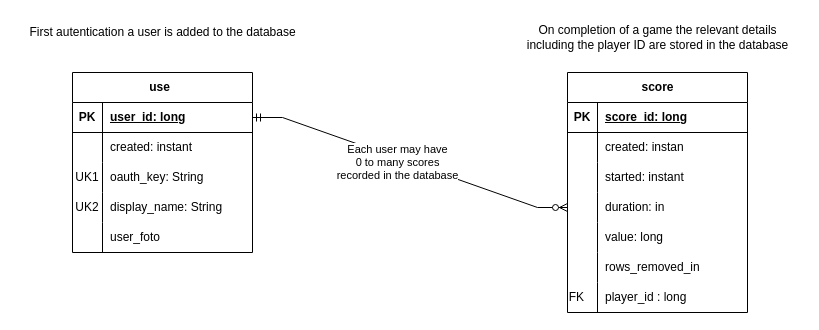
The draw.io diagram app/work/Tetris.drawio in ddc-java-16/gravity-game-Marc0E, before the edit. Source tidied: cells renumbered, new cells numbered last; positions are measured from the earlier drawing's top-left corner, leaving out a move shared by most shapes. Both pictures are drawn from the tidied source at 100%, with x=0, y=0 at pixel (17, 17).
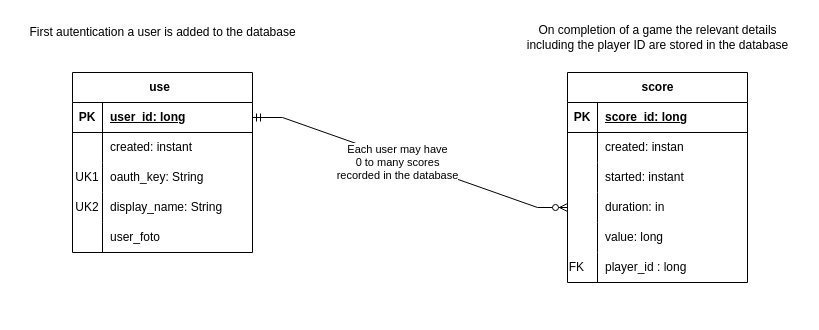
The same page after the edit.

Change to the diagram source:
```diff
@@
     <mxCell id="2" value="score" style="shape=table;startSize=30;childLayout=tableLayout;rowLines=0;fontStyle=1;align=center;html=1;" parent="1" vertex="1">
-      <mxGeometry x="550" y="55" width="180" height="240" as="geometry" />
+      <mxGeometry x="550" y="55" width="180" height="210" as="geometry" />
     </mxCell>
@@
-    <mxCell id="18" style="shape=tableRow;horizontal=0;startSize=0;swimlaneHead=0;swimlaneBody=0;fillColor=none;top=0;left=0;right=0;bottom=0;" parent="2" vertex="1">
-      <mxGeometry y="180" width="180" height="30" as="geometry" />
-    </mxCell>
-    <mxCell id="19" style="shape=partialRectangle;fillColor=none;top=0;left=0;bottom=0;right=0;overflow=hidden;whiteSpace=wrap;html=1;" parent="18" vertex="1">
-      <mxGeometry width="30" height="30" as="geometry" />
-    </mxCell>
-    <mxCell id="20" value="rows_removed_in&lt;span style=&quot;white-space: pre;&quot;&gt;&#9;&lt;/span&gt;&lt;span style=&quot;white-space: pre;&quot;&gt;&#9;&lt;/span&gt;&lt;span style=&quot;white-space: pre;&quot;&gt;&#9;&lt;/span&gt;" style="shape=partialRectangle;fillColor=none;top=0;left=0;bottom=0;right=0;align=left;spacingLeft=6;overflow=hidden;whiteSpace=wrap;html=1;" parent="18" vertex="1">
-      <mxGeometry x="30" width="150" height="30" as="geometry" />
-    </mxCell>
     <mxCell id="21" style="shape=tableRow;horizontal=0;startSize=0;swimlaneHead=0;swimlaneBody=0;fillColor=none;top=0;left=0;right=0;bottom=0;" parent="2" vertex="1">
-      <mxGeometry y="210" width="180" height="30" as="geometry" />
+      <mxGeometry y="180" width="180" height="30" as="geometry" />
     </mxCell>
```
